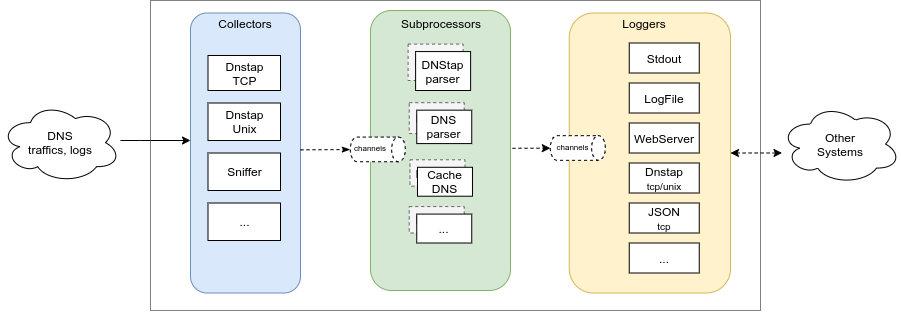
Before: doc/overview.png, a diagram exported from draw.io (dmachard/go-dnscollector). Source tidied: cells renumbered, new cells last; positions are measured from the earlier drawing's top-left corner, leaving out a move shared by most shapes.
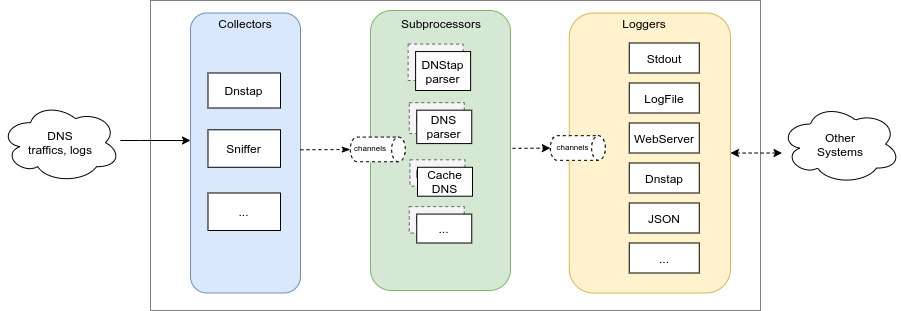
The same file after the commit.

Change to the diagram source:
```diff
@@ -17,8 +17,8 @@
     <mxCell id="6" value="Loggers" style="text;html=1;strokeColor=none;fillColor=none;align=center;verticalAlign=middle;whiteSpace=wrap;rounded=0;" parent="1" vertex="1">
       <mxGeometry x="623.8" y="12.5" width="40" height="20" as="geometry" />
     </mxCell>
-    <mxCell id="7" value="Dnstap&lt;br&gt;TCP" style="rounded=0;whiteSpace=wrap;html=1;" parent="1" vertex="1">
-      <mxGeometry x="207.5" y="55" width="72.5" height="35" as="geometry" />
+    <mxCell id="7" value="Dnstap" style="rounded=0;whiteSpace=wrap;html=1;" parent="1" vertex="1">
+      <mxGeometry x="207.5" y="72.5" width="72.5" height="35" as="geometry" />
     </mxCell>
     <mxCell id="8" value="Stdout" style="rounded=0;whiteSpace=wrap;html=1;" parent="1" vertex="1">
       <mxGeometry x="628.8" y="42.5" width="70" height="30" as="geometry" />
@@ -29,7 +29,7 @@
     <mxCell id="10" value="WebServer" style="rounded=0;whiteSpace=wrap;html=1;" parent="1" vertex="1">
       <mxGeometry x="628.8" y="122.5" width="70" height="30" as="geometry" />
     </mxCell>
-    <mxCell id="11" value="Dnstap&lt;br&gt;&lt;font style=&quot;font-size: 10px&quot;&gt;tcp/unix&lt;/font&gt;" style="rounded=0;whiteSpace=wrap;html=1;" parent="1" vertex="1">
+    <mxCell id="11" value="Dnstap" style="rounded=0;whiteSpace=wrap;html=1;" parent="1" vertex="1">
       <mxGeometry x="628.8" y="162.5" width="70" height="30" as="geometry" />
     </mxCell>
     <mxCell id="12" style="edgeStyle=orthogonalEdgeStyle;rounded=0;jettySize=auto;html=1;" parent="1" edge="1" source="13" target="3">
@@ -56,7 +56,7 @@
     <mxCell id="16" value="..." style="rounded=0;whiteSpace=wrap;html=1;" parent="1" vertex="1">
       <mxGeometry x="628.8" y="242.5" width="70" height="30" as="geometry" />
     </mxCell>
-    <mxCell id="17" value="JSON&lt;br&gt;&lt;font style=&quot;font-size: 10px&quot;&gt;tcp&lt;/font&gt;" style="rounded=0;whiteSpace=wrap;html=1;" parent="1" vertex="1">
+    <mxCell id="17" value="JSON" style="rounded=0;whiteSpace=wrap;html=1;" parent="1" vertex="1">
       <mxGeometry x="628.8" y="202.5" width="70" height="30" as="geometry" />
     </mxCell>
     <mxCell id="18" style="edgeStyle=orthogonalEdgeStyle;rounded=0;jettySize=auto;html=1;dashed=1;" parent="1" edge="1" target="35">
@@ -77,17 +77,14 @@
     <mxCell id="21" value="DNStap" style="rounded=0;whiteSpace=wrap;html=1;fillColor=#f5f5f5;strokeColor=#666666;fontColor=#333333;dashed=1;" parent="1" vertex="1">
       <mxGeometry x="407.6" y="43.6" width="55" height="36.4" as="geometry" />
     </mxCell>
-    <mxCell id="22" value="Dnstap&lt;br&gt;Unix" style="rounded=0;whiteSpace=wrap;html=1;" parent="1" vertex="1">
-      <mxGeometry x="207.5" y="102.5" width="72.5" height="37.5" as="geometry" />
-    </mxCell>
     <mxCell id="23" value="DNStap&lt;br&gt;parser" style="rounded=0;whiteSpace=wrap;html=1;" parent="1" vertex="1">
       <mxGeometry x="415.1" y="51.1" width="55" height="38.9" as="geometry" />
     </mxCell>
     <mxCell id="24" value="Sniffer" style="rounded=0;whiteSpace=wrap;html=1;" parent="1" vertex="1">
-      <mxGeometry x="207.5" y="152.5" width="72.5" height="37.5" as="geometry" />
+      <mxGeometry x="207.5" y="129.3" width="72.5" height="37.5" as="geometry" />
     </mxCell>
     <mxCell id="25" value="..." style="rounded=0;whiteSpace=wrap;html=1;" parent="1" vertex="1">
-      <mxGeometry x="207.5" y="202.5" width="72.5" height="37.5" as="geometry" />
+      <mxGeometry x="207.5" y="192.5" width="72.5" height="37.5" as="geometry" />
     </mxCell>
     <mxCell id="26" value="DNStap" style="rounded=0;whiteSpace=wrap;html=1;fillColor=#f5f5f5;strokeColor=#666666;fontColor=#333333;dashed=1;" parent="1" vertex="1">
       <mxGeometry x="408.8" y="102.2" width="55" height="30.9" as="geometry" />
```
